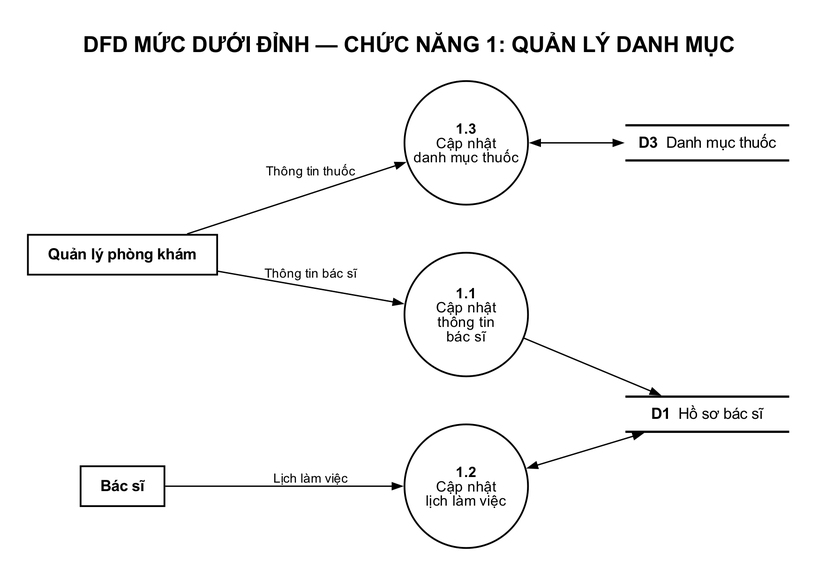
Above: ban-nang-cao/04-DFD-muc-2-chuc-nang-1-quan-ly-danh-muc.png in DamDucThinh/quan-ly-phong-kham (Graphviz), before the change. Its source is kept beside it as nguon/04-DFD-muc-2-chuc-nang-1-quan-ly-danh-muc.gv.
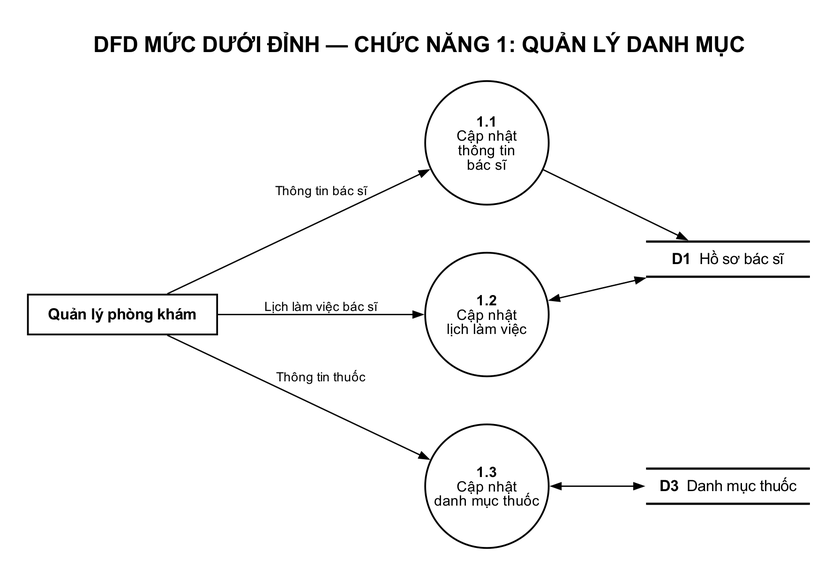
Later version of the same file.

The edit, as a diff of the source:
```diff
@@ -3,7 +3,6 @@
   node [fontname="Arial", color="black"];
   edge [fontname="Arial", fontsize=11.5, arrowsize=0.85, penwidth=1.2];
   QL [shape=box, style="filled,bold", fillcolor="#ffffff", penwidth=1.6, margin="0.25,0.14", fontsize=14, label=<<B>Quản lý phòng khám</B>>];
-  BS [shape=box, style="filled,bold", fillcolor="#ffffff", penwidth=1.6, margin="0.25,0.14", fontsize=14, label=<<B>Bác sĩ</B>>];
   P11 [shape=circle, fixedsize=true, width=1.55, penwidth=1.6, fontsize=13, label=<<B>1.1</B><BR/>Cập nhật<BR/>thông tin<BR/>bác sĩ>];
   P12 [shape=circle, fixedsize=true, width=1.55, penwidth=1.6, fontsize=13, label=<<B>1.2</B><BR/>Cập nhật<BR/>lịch làm việc>];
   P13 [shape=circle, fixedsize=true, width=1.55, penwidth=1.6, fontsize=13, label=<<B>1.3</B><BR/>Cập nhật<BR/>danh mục thuốc>];
@@ -11,7 +10,7 @@
   D3 [shape=plain, label=<<TABLE BORDER="0" CELLBORDER="1" CELLSPACING="0" CELLPADDING="7"><TR><TD SIDES="TB" BORDER="2" WIDTH="150"><B>D3</B>  Danh mục thuốc</TD></TR></TABLE>>];
   QL -> P11 [label=<Thông tin bác sĩ>];
   P11 -> D1 [];
-  BS -> P12 [label=<Lịch làm việc>];
+  QL -> P12 [label=<Lịch làm việc bác sĩ>];
   P12 -> D1 [dir=both];
   QL -> P13 [label=<Thông tin thuốc>];
   P13 -> D3 [dir=both];
```
